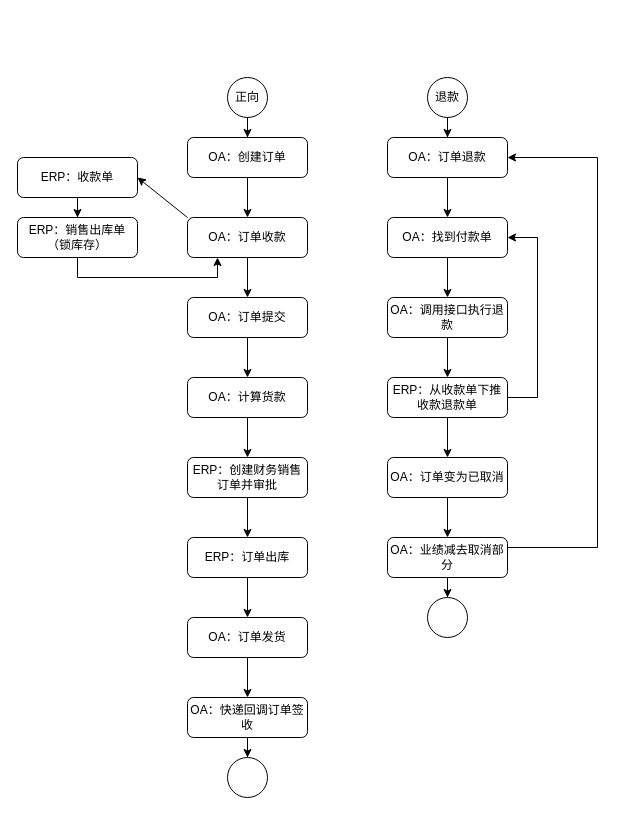
This is page "流程图" (2 of 2) of 财务一体化单据下推关系图.drawio from canonnk/draw.io.repository, a draw.io file, before an edit. Source tidied: cells renumbered, new cells numbered last; positions are measured from the earlier drawing's top-left corner, leaving out a move shared by most shapes. Both pictures are drawn from the tidied source at 100%, with x=0, y=0 at pixel (17, 77).
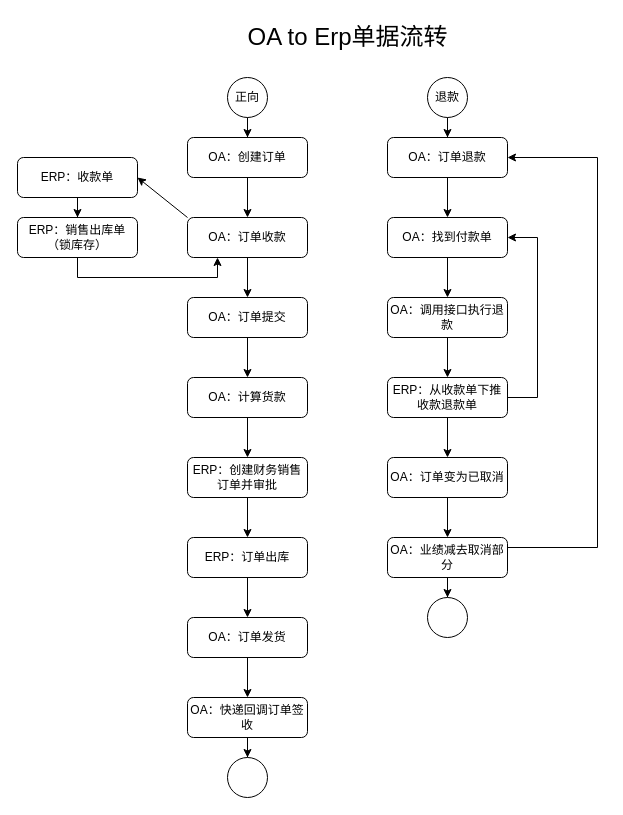
Above is the later version.

Commit message (it also covers changes not shown here):
更新财务一体化单据下推关系图.drawio

Change to the diagram source:
```diff
@@
+    <mxCell id="43" value="&lt;font style=&quot;font-size: 24px;&quot;&gt;OA to Erp单据流转&lt;/font&gt;" style="text;html=1;align=center;verticalAlign=middle;strokeColor=none;fillColor=none;" parent="1" vertex="1">
+      <mxGeometry x="220" y="-60" width="220" height="40" as="geometry" />
+    </mxCell>
```
